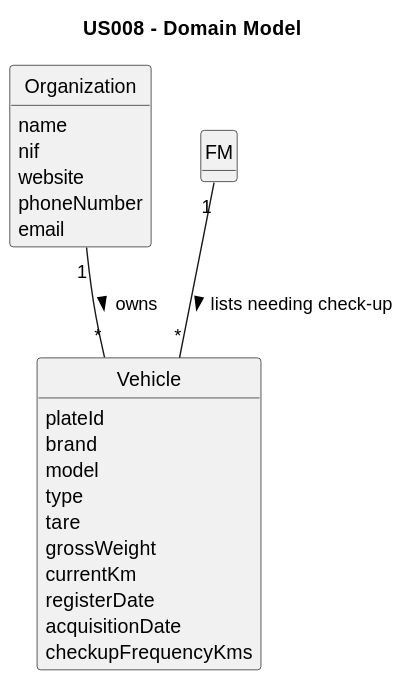
Earlier version of the PlantUML export docs/sprintA/us008/02.analysis/svg/us008-domain-model.svg (Rui-San/LAPR2_2023_2024).
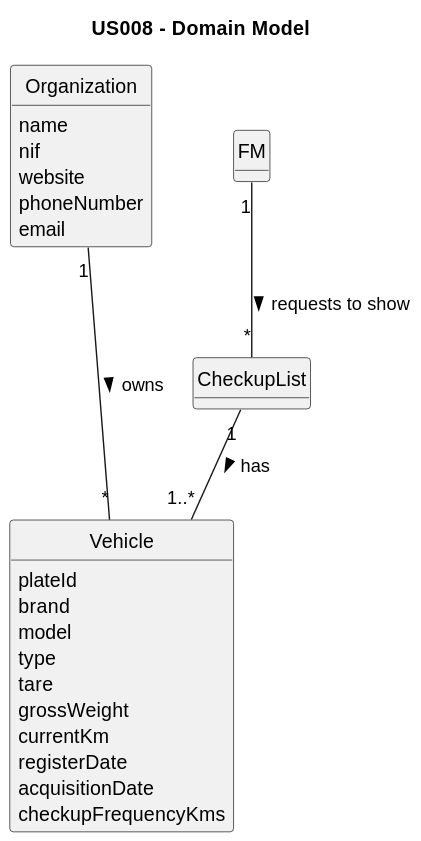
Later version of the same file.

Commit message:
US008: Created new svg for this domain (was not up-to-date)

Diff of the diagram source:
```diff
@@ -31,9 +31,14 @@
     checkupFrequencyKms
 }
 
+class CheckupList{
+
+}
 
 
 
-FM "1" -- "*" Vehicle : "lists needing check-up >"
-Organization "1" -- "*" Vehicle : "owns >"
+
+FM "1" -- "*" CheckupList : " requests to show >"
+Organization "1" --- "*" Vehicle : "owns >"
+CheckupList "1" -- "1..*" Vehicle : "has >"
 @enduml
```
